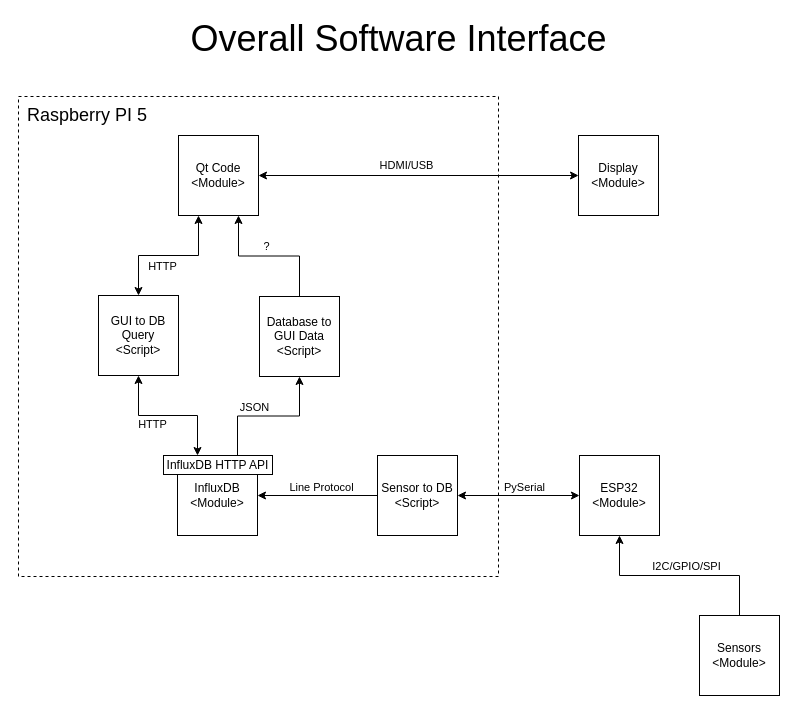
Before: diagrams/Overall_Software_Interface.drawio in martintara/kaffeknekt, a draw.io diagram. Source tidied: cells renumbered, new cells numbered last; positions are measured from the earlier drawing's top-left corner, leaving out a move shared by most shapes. Both pictures are drawn from the tidied source at 100%, with x=0, y=0 at pixel (17, 23).
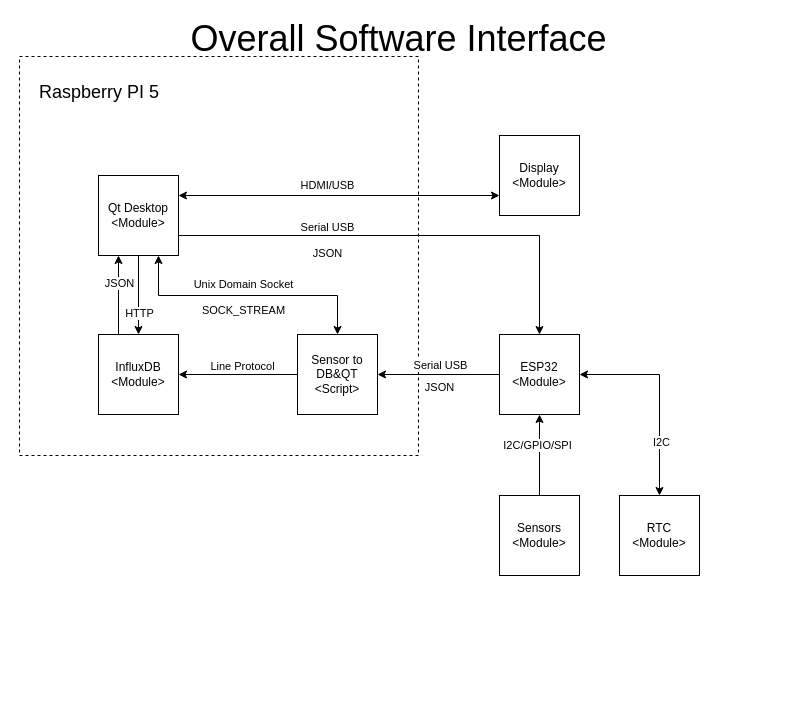
Above is the later version.

Change to the diagram source:
```diff
@@
     <mxCell id="3" style="whiteSpace=wrap;html=1;dashed=1;fillColor=none;" parent="1" vertex="1">
-      <mxGeometry x="1" y="73" width="480" height="480" as="geometry" />
+      <mxGeometry x="2" y="33" width="399" height="399" as="geometry" />
     </mxCell>
-    <mxCell id="4" style="edgeStyle=orthogonalEdgeStyle;rounded=0;jettySize=auto;html=1;exitX=0.75;exitY=0;exitDx=0;exitDy=0;entryX=0.5;entryY=1;entryDx=0;entryDy=0;" parent="1" edge="1" source="6" target="25">
-      <mxGeometry relative="1" as="geometry" />
-    </mxCell>
-    <mxCell id="5" value="JSON" style="edgeLabel;html=1;align=center;verticalAlign=middle;" parent="4" vertex="1">
-      <mxGeometry x="-0.18" y="1" relative="1" as="geometry">
-        <mxPoint x="-2" y="-8" as="offset" />
-      </mxGeometry>
-    </mxCell>
+    <mxCell id="30" style="edgeStyle=orthogonalEdgeStyle;rounded=0;jettySize=auto;html=1;exitX=0.25;exitY=0;exitDx=0;exitDy=0;entryX=0.25;entryY=1;entryDx=0;entryDy=0;" parent="1" edge="1" source="6" target="11">
+      <mxGeometry relative="1" as="geometry" />
+    </mxCell>
     <mxCell id="6" value="InfluxDB&lt;br&gt;&amp;lt;Module&amp;gt;" style="whiteSpace=wrap;html=1;" parent="1" vertex="1">
-      <mxGeometry x="160" y="432" width="80" height="80" as="geometry" />
+      <mxGeometry x="81" y="311" width="80" height="80" as="geometry" />
     </mxCell>
-    <mxCell id="7" style="edgeStyle=orthogonalEdgeStyle;rounded=0;jettySize=auto;html=1;exitX=0.25;exitY=1;exitDx=0;exitDy=0;startArrow=classic;startFill=1;" parent="1" edge="1" source="11" target="28">
-      <mxGeometry relative="1" as="geometry" />
-    </mxCell>
-    <mxCell id="8" value="HTTP" style="edgeLabel;html=1;align=center;verticalAlign=middle;" parent="7" vertex="1">
-      <mxGeometry x="0.12" y="-1" relative="1" as="geometry">
-        <mxPoint x="1" y="11" as="offset" />
-      </mxGeometry>
-    </mxCell>
-    <mxCell id="9" style="edgeStyle=orthogonalEdgeStyle;rounded=0;jettySize=auto;html=1;exitX=1;exitY=0.5;exitDx=0;exitDy=0;entryX=0;entryY=0.5;entryDx=0;entryDy=0;startArrow=classic;startFill=1;" parent="1" edge="1" source="11" target="17">
+    <mxCell id="9" style="edgeStyle=orthogonalEdgeStyle;rounded=0;jettySize=auto;html=1;exitX=1;exitY=0.25;exitDx=0;exitDy=0;entryX=0;entryY=0.75;entryDx=0;entryDy=0;startArrow=classic;startFill=1;" parent="1" edge="1" source="11" target="17">
       <mxGeometry relative="1" as="geometry" />
     </mxCell>
@@
+    <mxCell id="31" style="edgeStyle=orthogonalEdgeStyle;rounded=0;jettySize=auto;html=1;exitX=1;exitY=0.75;exitDx=0;exitDy=0;entryX=0.5;entryY=0;entryDx=0;entryDy=0;" parent="1" edge="1" source="11" target="13">
+      <mxGeometry relative="1" as="geometry">
+        <Array as="points">
+          <mxPoint x="522" y="212" />
+        </Array>
+      </mxGeometry>
+    </mxCell>
+    <mxCell id="32" style="edgeStyle=orthogonalEdgeStyle;rounded=0;jettySize=auto;html=1;exitX=0.5;exitY=1;exitDx=0;exitDy=0;" parent="1" edge="1" source="11" target="6">
+      <mxGeometry relative="1" as="geometry" />
+    </mxCell>
+    <mxCell id="33" value="JSON" style="edgeLabel;html=1;align=center;verticalAlign=middle;labelBackgroundColor=default;" parent="32" vertex="1">
+      <mxGeometry x="0.39" y="1" relative="1" as="geometry">
+        <mxPoint x="-21" y="-28" as="offset" />
+      </mxGeometry>
+    </mxCell>
+    <mxCell id="34" value="HTTP" style="edgeLabel;html=1;align=center;verticalAlign=middle;" parent="32" vertex="1">
+      <mxGeometry x="0.44" relative="1" as="geometry" />
+    </mxCell>
+    <mxCell id="35" style="edgeStyle=orthogonalEdgeStyle;rounded=0;jettySize=auto;html=1;exitX=0.75;exitY=1;exitDx=0;exitDy=0;entryX=0.5;entryY=0;entryDx=0;entryDy=0;startArrow=classic;startFill=1;endArrow=classic;endFill=1;" parent="1" edge="1" source="11" target="22">
+      <mxGeometry relative="1" as="geometry">
+        <Array as="points">
+          <mxPoint x="141" y="272" />
+          <mxPoint x="320" y="272" />
+        </Array>
+      </mxGeometry>
+    </mxCell>
+    <mxCell id="36" value="Unix Domain Socket&lt;br&gt;&lt;br&gt;SOCK_STREAM" style="edgeLabel;html=1;align=center;verticalAlign=middle;labelBackgroundColor=none;spacingTop=0;spacing=2;spacingBottom=0;spacingLeft=0;fontColor=default;" parent="35" vertex="1">
+      <mxGeometry x="-0.04" relative="1" as="geometry">
+        <mxPoint y="1" as="offset" />
+      </mxGeometry>
+    </mxCell>
-    <mxCell id="11" value="Qt Code&lt;br&gt;&amp;lt;Module&amp;gt;" style="whiteSpace=wrap;html=1;" parent="1" vertex="1">
-      <mxGeometry x="161" y="112" width="80" height="80" as="geometry" />
+    <mxCell id="11" value="Qt Desktop&lt;br&gt;&amp;lt;Module&amp;gt;" style="whiteSpace=wrap;html=1;" parent="1" vertex="1">
+      <mxGeometry x="81" y="152" width="80" height="80" as="geometry" />
     </mxCell>
     <mxCell id="12" value="&lt;font style=&quot;font-size: 18px;&quot;&gt;Raspberry PI 5&lt;/font&gt;" style="text;html=1;align=center;verticalAlign=middle;whiteSpace=wrap;rounded=0;" parent="1" vertex="1">
-      <mxGeometry y="65" width="140" height="54" as="geometry" />
+      <mxGeometry x="12" y="42" width="140" height="54" as="geometry" />
     </mxCell>
+    <mxCell id="37" style="edgeStyle=orthogonalEdgeStyle;rounded=0;jettySize=auto;html=1;exitX=1;exitY=0.5;exitDx=0;exitDy=0;entryX=0.5;entryY=0;entryDx=0;entryDy=0;startArrow=classic;startFill=1;" parent="1" edge="1" source="13" target="42">
+      <mxGeometry relative="1" as="geometry" />
+    </mxCell>
+    <mxCell id="38" value="I2C" style="edgeLabel;html=1;align=center;verticalAlign=middle;" parent="37" vertex="1">
+      <mxGeometry x="0.46" y="1" relative="1" as="geometry" />
+    </mxCell>
     <mxCell id="13" value="ESP32&lt;br&gt;&amp;lt;Module&amp;gt;" style="whiteSpace=wrap;html=1;" parent="1" vertex="1">
-      <mxGeometry x="562" y="432" width="80" height="80" as="geometry" />
+      <mxGeometry x="482" y="311" width="80" height="80" as="geometry" />
     </mxCell>
@@
     <mxCell id="16" value="Sensors&lt;br&gt;&amp;lt;Module&amp;gt;" style="whiteSpace=wrap;html=1;" parent="1" vertex="1">
-      <mxGeometry x="682" y="592" width="80" height="80" as="geometry" />
+      <mxGeometry x="482" y="472" width="80" height="80" as="geometry" />
     </mxCell>
     <mxCell id="17" value="Display&lt;br&gt;&amp;lt;Module&amp;gt;" style="whiteSpace=wrap;html=1;" parent="1" vertex="1">
-      <mxGeometry x="561" y="112" width="80" height="80" as="geometry" />
+      <mxGeometry x="482" y="112" width="80" height="80" as="geometry" />
     </mxCell>
-    <mxCell id="18" style="edgeStyle=orthogonalEdgeStyle;rounded=0;jettySize=auto;html=1;exitX=0;exitY=0.5;exitDx=0;exitDy=0;entryX=1;entryY=0.5;entryDx=0;entryDy=0;startArrow=classic;startFill=1;" parent="1" edge="1" source="13" target="22">
+    <mxCell id="18" style="edgeStyle=orthogonalEdgeStyle;rounded=0;jettySize=auto;html=1;exitX=0;exitY=0.5;exitDx=0;exitDy=0;entryX=1;entryY=0.5;entryDx=0;entryDy=0;startArrow=none;startFill=0;endArrow=classic;endFill=1;" parent="1" edge="1" source="13" target="22">
       <mxGeometry relative="1" as="geometry" />
     </mxCell>
-    <mxCell id="19" value="PySerial" style="edgeLabel;html=1;align=center;verticalAlign=middle;" parent="18" vertex="1">
+    <mxCell id="19" value="Serial USB" style="edgeLabel;html=1;align=center;verticalAlign=middle;" parent="18" vertex="1">
       <mxGeometry x="-0.14" y="1" relative="1" as="geometry">
-        <mxPoint x="-4" y="-10" as="offset" />
+        <mxPoint x="-8" y="-11" as="offset" />
       </mxGeometry>
     </mxCell>
@@
-    <mxCell id="22" value="Sensor to DB&lt;br&gt;&amp;lt;Script&amp;gt;" style="whiteSpace=wrap;html=1;" parent="1" vertex="1">
-      <mxGeometry x="360" y="432" width="80" height="80" as="geometry" />
+    <mxCell id="22" value="Sensor to DB&amp;amp;QT&lt;br&gt;&amp;lt;Script&amp;gt;" style="whiteSpace=wrap;html=1;" parent="1" vertex="1">
+      <mxGeometry x="280" y="311" width="80" height="80" as="geometry" />
     </mxCell>
-    <mxCell id="23" style="edgeStyle=orthogonalEdgeStyle;rounded=0;jettySize=auto;html=1;exitX=0.5;exitY=0;exitDx=0;exitDy=0;entryX=0.75;entryY=1;entryDx=0;entryDy=0;" parent="1" edge="1" source="25" target="11">
-      <mxGeometry relative="1" as="geometry" />
-    </mxCell>
-    <mxCell id="24" value="?" style="edgeLabel;html=1;align=center;verticalAlign=middle;" parent="23" vertex="1">
-      <mxGeometry x="0.04" y="2" relative="1" as="geometry">
-        <mxPoint y="-12" as="offset" />
-      </mxGeometry>
-    </mxCell>
-    <mxCell id="25" value="Database to GUI Data&lt;div&gt;&amp;lt;Script&amp;gt;&lt;/div&gt;" style="whiteSpace=wrap;html=1;" parent="1" vertex="1">
-      <mxGeometry x="242" y="273" width="80" height="80" as="geometry" />
-    </mxCell>
-    <mxCell id="26" style="edgeStyle=orthogonalEdgeStyle;rounded=0;jettySize=auto;html=1;exitX=0.5;exitY=1;exitDx=0;exitDy=0;entryX=0.25;entryY=0;entryDx=0;entryDy=0;startArrow=classic;startFill=1;" parent="1" edge="1" source="28" target="6">
-      <mxGeometry relative="1" as="geometry" />
-    </mxCell>
-    <mxCell id="27" value="HTTP" style="edgeLabel;html=1;align=center;verticalAlign=middle;" parent="26" vertex="1">
-      <mxGeometry x="0.03" y="-1" relative="1" as="geometry">
-        <mxPoint x="-19" y="7" as="offset" />
-      </mxGeometry>
-    </mxCell>
-    <mxCell id="28" value="GUI to DB Query&lt;br&gt;&amp;lt;Script&amp;gt;" style="whiteSpace=wrap;html=1;" parent="1" vertex="1">
-      <mxGeometry x="81" y="272" width="80" height="80" as="geometry" />
-    </mxCell>
-    <mxCell id="29" value="InfluxDB HTTP API" style="rounded=0;whiteSpace=wrap;html=1;" parent="1" vertex="1">
-      <mxGeometry x="146" y="432" width="109" height="19" as="geometry" />
-    </mxCell>
+    <mxCell id="39" value="&lt;font&gt;JSON&lt;/font&gt;" style="text;html=1;align=center;verticalAlign=middle;strokeColor=none;fillColor=none;fontSize=11;" parent="1" vertex="1">
+      <mxGeometry x="397" y="349" width="50" height="30" as="geometry" />
+    </mxCell>
+    <mxCell id="40" value="Serial USB" style="edgeLabel;html=1;align=center;verticalAlign=middle;" parent="1" vertex="1">
+      <mxGeometry x="309" y="203" as="geometry" />
+    </mxCell>
+    <mxCell id="41" value="&lt;font&gt;JSON&lt;/font&gt;" style="text;html=1;align=center;verticalAlign=middle;strokeColor=none;fillColor=none;fontSize=11;" parent="1" vertex="1">
+      <mxGeometry x="285" y="215" width="50" height="30" as="geometry" />
+    </mxCell>
+    <mxCell id="42" value="RTC&lt;br&gt;&amp;lt;Module&amp;gt;" style="whiteSpace=wrap;html=1;" parent="1" vertex="1">
+      <mxGeometry x="602" y="472" width="80" height="80" as="geometry" />
+    </mxCell>
```
